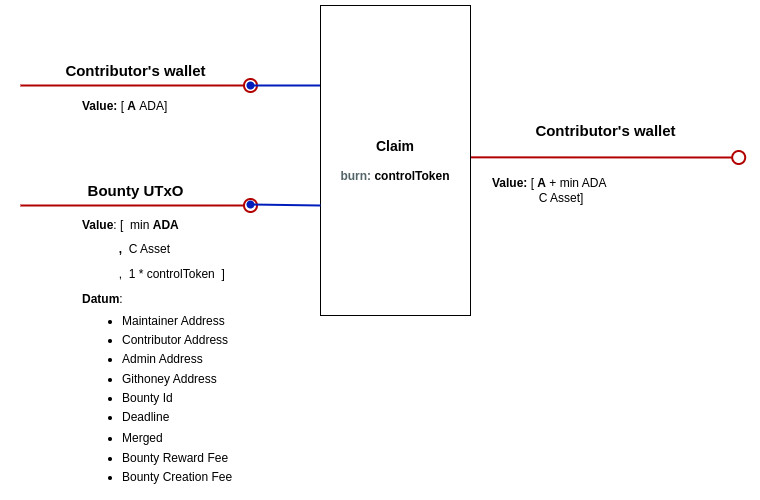
Earlier version of the draw.io export docs/img/claim.png (githoney-io/githoney-smart-contract). Source tidied: cells renumbered, new cells last; positions are measured from the earlier drawing's top-left corner, leaving out a move shared by most shapes.
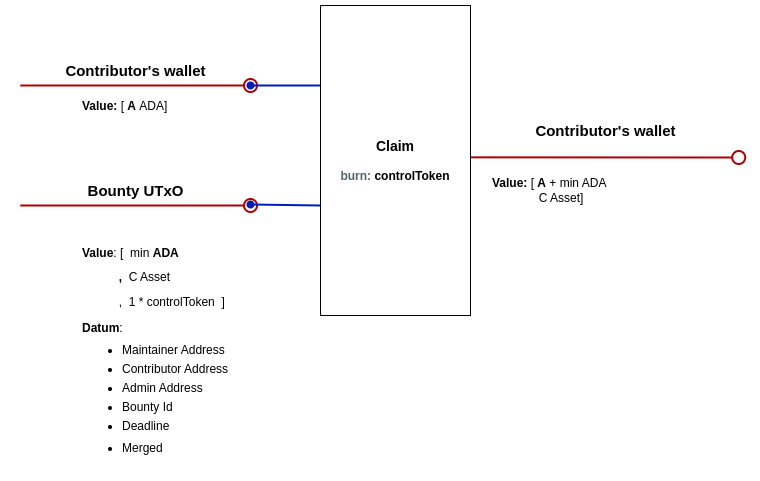
Later version of the same file.

Change to the diagram source:
```diff
@@ -47,7 +47,7 @@
     <mxCell id="11" value="&lt;font style=&quot;font-size: 15px;&quot;&gt;&lt;b&gt;Bounty UTxO&lt;/b&gt;&lt;/font&gt;" style="text;html=1;align=center;verticalAlign=middle;strokeColor=none;fillColor=none;" parent="1" vertex="1">
       <mxGeometry x="55" y="170" width="120" height="30" as="geometry" />
     </mxCell>
-    <mxCell id="12" value="&lt;p style=&quot;line-height: 100%;&quot;&gt;&lt;b&gt;Value&lt;/b&gt;: [&amp;nbsp; min&lt;b&gt;&amp;nbsp;ADA&lt;/b&gt;&lt;/p&gt;&lt;p style=&quot;line-height: 100%;&quot;&gt;&lt;b&gt;&lt;span style=&quot;white-space: pre;&quot;&gt;&#9;&lt;/span&gt;&amp;nbsp; &amp;nbsp;,&amp;nbsp; &lt;/b&gt;C Asset&lt;br&gt;&lt;/p&gt;&lt;span style=&quot;background-color: initial;&quot;&gt;&amp;nbsp; &amp;nbsp; &amp;nbsp; &amp;nbsp; &amp;nbsp; &amp;nbsp;,&amp;nbsp; 1 * controlToken&lt;/span&gt;&lt;b style=&quot;background-color: initial;&quot;&gt;&amp;nbsp;&amp;nbsp;&lt;/b&gt;&lt;span style=&quot;background-color: initial;&quot;&gt;]&amp;nbsp;&lt;/span&gt;&lt;div&gt;&lt;div&gt;&lt;p style=&quot;line-height: 100%;&quot;&gt;&lt;b&gt;Datum&lt;/b&gt;:&lt;/p&gt;&lt;ul style=&quot;line-height: 80%;&quot;&gt;&lt;li&gt;Maintainer Address&lt;br&gt;&lt;br&gt;&lt;/li&gt;&lt;li&gt;Contributor Address&lt;/li&gt;&lt;br&gt;&lt;li&gt;Admin Address&amp;nbsp; &amp;nbsp;&lt;br&gt;&lt;br&gt;&lt;/li&gt;&lt;li&gt;Githoney Address&amp;nbsp; &amp;nbsp; &amp;nbsp; &amp;nbsp;&amp;nbsp;&lt;br&gt;&amp;nbsp; &amp;nbsp; &amp;nbsp;&lt;/li&gt;&lt;li&gt;Bounty Id&lt;br&gt;&lt;br&gt;&lt;/li&gt;&lt;li&gt;Deadline&lt;/li&gt;&lt;/ul&gt;&lt;ul style=&quot;line-height: 80%;&quot;&gt;&lt;li&gt;Merged&lt;br&gt;&lt;br&gt;&lt;/li&gt;&lt;li&gt;Bounty Reward Fee&lt;br&gt;&lt;br&gt;&lt;/li&gt;&lt;li&gt;Bounty Creation Fee&lt;/li&gt;&lt;/ul&gt;&lt;p&gt;&lt;/p&gt;&lt;/div&gt;&lt;/div&gt;" style="text;html=1;strokeColor=none;fillColor=none;align=left;verticalAlign=middle;whiteSpace=wrap;rounded=0;" parent="1" vertex="1">
+    <mxCell id="12" value="&lt;p style=&quot;line-height: 100%;&quot;&gt;&lt;b&gt;Value&lt;/b&gt;: [&amp;nbsp; min&lt;b&gt;&amp;nbsp;ADA&lt;/b&gt;&lt;/p&gt;&lt;p style=&quot;line-height: 100%;&quot;&gt;&lt;b&gt;&lt;span style=&quot;white-space: pre;&quot;&gt;&#9;&lt;/span&gt;&amp;nbsp; &amp;nbsp;,&amp;nbsp; &lt;/b&gt;C Asset&lt;br&gt;&lt;/p&gt;&lt;span style=&quot;background-color: initial;&quot;&gt;&amp;nbsp; &amp;nbsp; &amp;nbsp; &amp;nbsp; &amp;nbsp; &amp;nbsp;,&amp;nbsp; 1 * controlToken&lt;/span&gt;&lt;b style=&quot;background-color: initial;&quot;&gt;&amp;nbsp;&amp;nbsp;&lt;/b&gt;&lt;span style=&quot;background-color: initial;&quot;&gt;]&amp;nbsp;&lt;/span&gt;&lt;div&gt;&lt;p style=&quot;line-height: 100%;&quot;&gt;&lt;b&gt;Datum&lt;/b&gt;:&lt;/p&gt;&lt;ul style=&quot;line-height: 80%;&quot;&gt;&lt;li&gt;Maintainer Address&lt;br&gt;&lt;br&gt;&lt;/li&gt;&lt;li&gt;Contributor Address&lt;/li&gt;&lt;br&gt;&lt;li&gt;Admin Address&amp;nbsp; &amp;nbsp;&lt;br&gt;&amp;nbsp; &amp;nbsp; &amp;nbsp; &amp;nbsp;&amp;nbsp;&lt;/li&gt;&lt;li&gt;Bounty Id&lt;br&gt;&lt;br&gt;&lt;/li&gt;&lt;li&gt;Deadline&lt;/li&gt;&lt;/ul&gt;&lt;ul style=&quot;line-height: 80%;&quot;&gt;&lt;li&gt;Merged&lt;br&gt;&lt;/li&gt;&lt;/ul&gt;&lt;p&gt;&lt;/p&gt;&lt;/div&gt;" style="text;html=1;strokeColor=none;fillColor=none;align=left;verticalAlign=middle;whiteSpace=wrap;rounded=0;" parent="1" vertex="1">
       <mxGeometry x="60" y="220" width="437.4" height="250" as="geometry" />
     </mxCell>
     <mxCell id="13" value="&lt;b&gt;Value: &lt;/b&gt;[&lt;b&gt;&amp;nbsp;A&lt;/b&gt;&amp;nbsp;+ min ADA&lt;br&gt;&lt;div&gt;&lt;span style=&quot;white-space: pre;&quot;&gt;&#9;&lt;/span&gt;&amp;nbsp; &amp;nbsp; &amp;nbsp; C Asset]&lt;/div&gt;" style="text;html=1;strokeColor=none;fillColor=none;align=left;verticalAlign=middle;whiteSpace=wrap;rounded=0;" parent="1" vertex="1">
```
